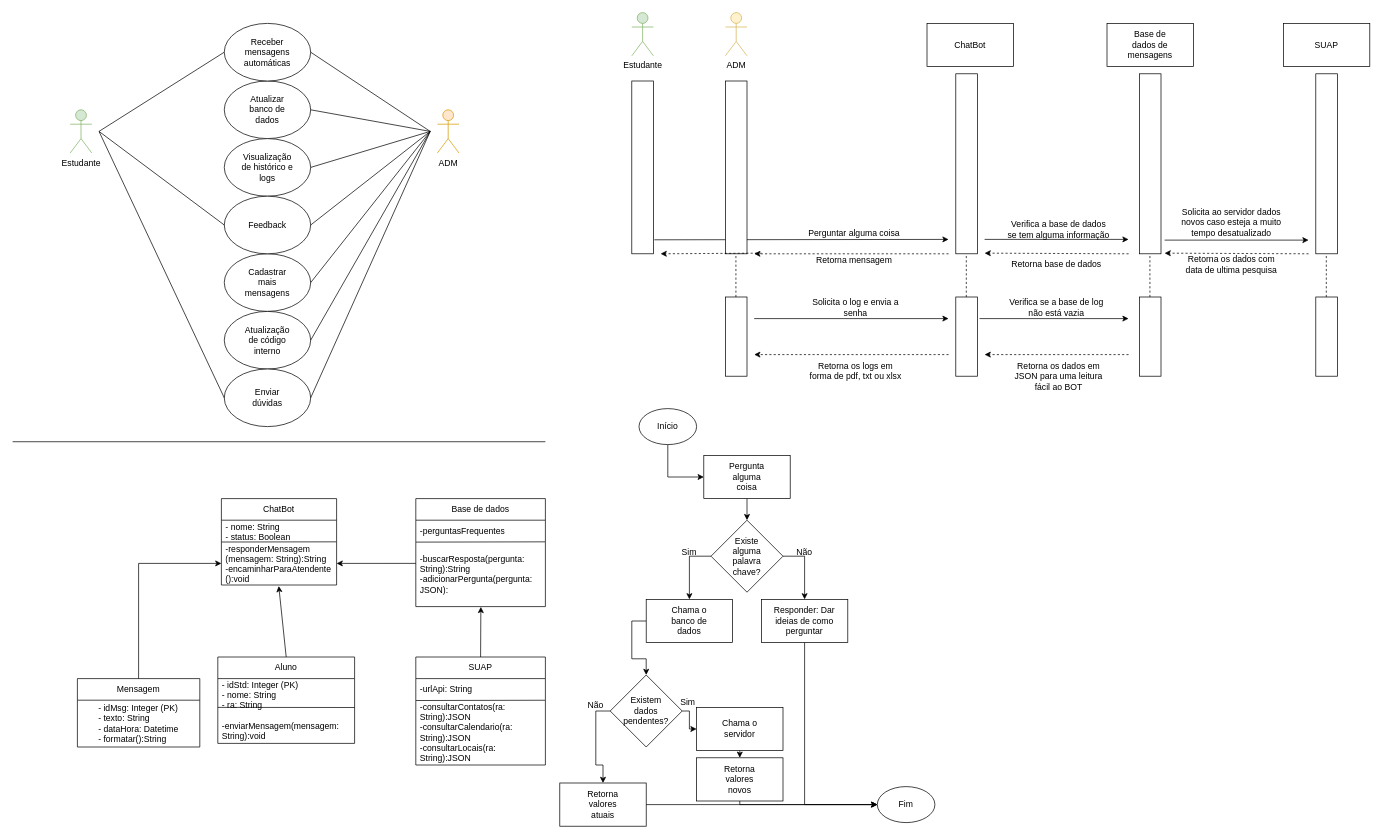
The draw.io diagram Diagrama sem nome.drawio in JESFTechnology/Chat-Bot-IFSULDEMINAS, before the edit. Source tidied: cells renumbered, new cells numbered last; positions are measured from the earlier drawing's top-left corner, leaving out a move shared by most shapes. Both pictures are drawn from the tidied source at 72%, with x=0, y=0 at pixel (12, 12).
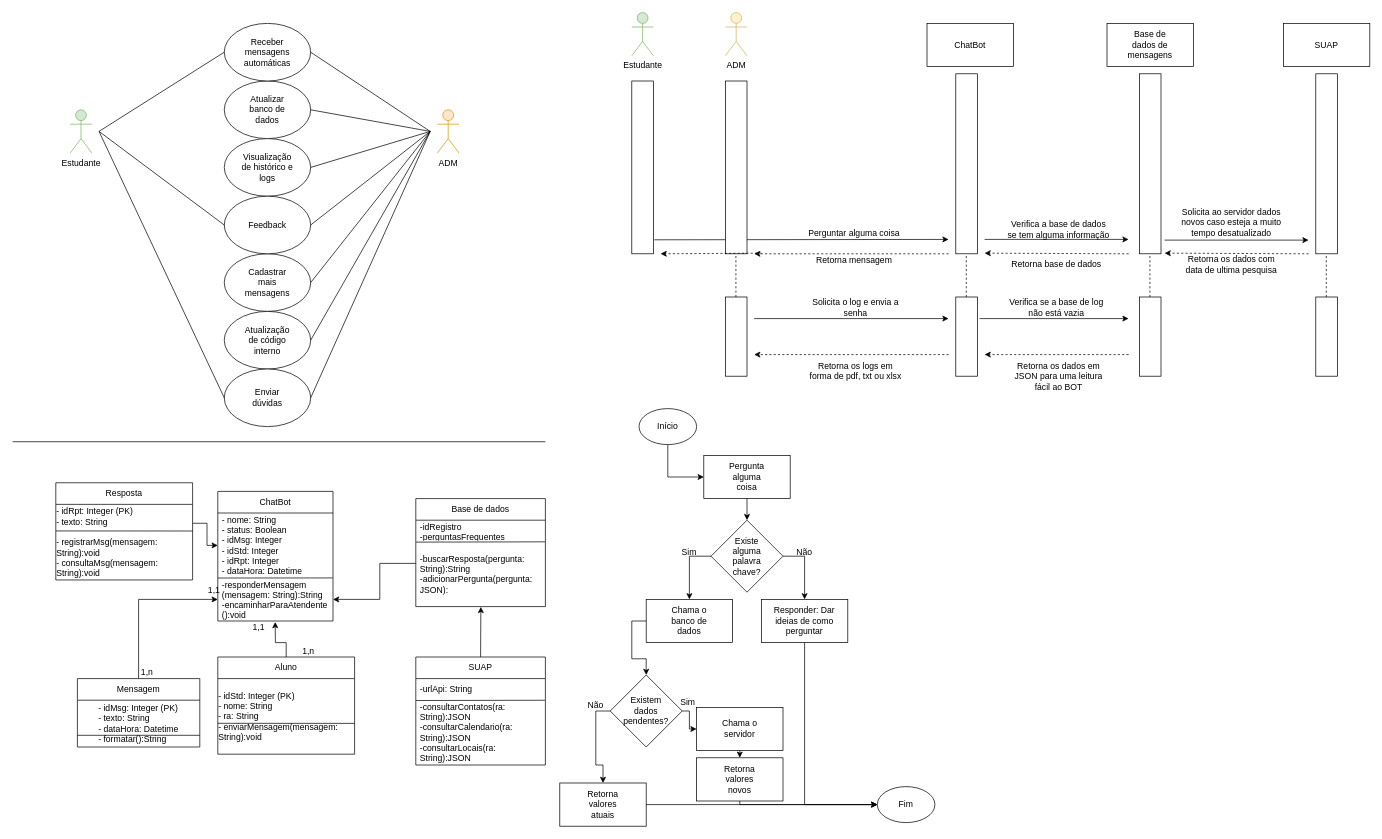
Above is the later version.

Unchanged cells that the change refers to:
```xml
<mxCell id="12" value="Base de dados" style="swimlane;fontStyle=0;horizontal=1;startSize=30;whiteSpace=wrap;html=1;" parent="1" vertex="1">
  <mxGeometry x="560" y="675" width="180" height="150" as="geometry" />
</mxCell>
<mxCell id="14" value="-buscarResposta(pergunta: String):String&lt;div&gt;-adicionarPergunta(pergunta: JSON):&lt;/div&gt;" style="text;strokeColor=none;fillColor=none;align=left;verticalAlign=middle;spacingLeft=4;spacingRight=4;overflow=hidden;points=[[0,0.5],[1,0.5]];portConstraint=eastwest;whiteSpace=wrap;html=1;" parent="12" vertex="1">
  <mxGeometry y="60" width="180" height="90" as="geometry" />
</mxCell>
<mxCell id="25" value="Mensagem" style="swimlane;fontStyle=0;horizontal=1;startSize=30;whiteSpace=wrap;html=1;" parent="1" vertex="1">
  <mxGeometry x="90" y="925" width="170" height="95" as="geometry" />
</mxCell>
<mxCell id="26" value="&lt;div style=&quot;text-align: left;&quot;&gt;- idMsg: Integer (PK)&lt;/div&gt;&lt;div style=&quot;text-align: left;&quot;&gt;&lt;span style=&quot;background-color: transparent; color: light-dark(rgb(0, 0, 0), rgb(255, 255, 255));&quot;&gt;- texto: String&lt;/span&gt;&lt;/div&gt;&lt;div style=&quot;text-align: left;&quot;&gt;- dataHora: Datetime&lt;/div&gt;&lt;div style=&quot;text-align: left;&quot;&gt;- formatar():String&lt;/div&gt;" style="text;html=1;align=center;verticalAlign=middle;whiteSpace=wrap;rounded=0;" parent="25" vertex="1">
  <mxGeometry y="30" width="170" height="65" as="geometry" />
</mxCell>
```

Change to the diagram source:
```diff
@@
     <mxCell id="8" value="ChatBot" style="swimlane;fontStyle=0;horizontal=1;startSize=30;whiteSpace=wrap;html=1;" parent="1" vertex="1">
-      <mxGeometry x="290" y="675" width="160" height="120" as="geometry" />
+      <mxGeometry x="285" y="665" width="160" height="180" as="geometry" />
     </mxCell>
-    <mxCell id="9" value="- nome: String&lt;div&gt;- status: Boolean&lt;/div&gt;" style="text;strokeColor=none;fillColor=none;align=left;verticalAlign=middle;spacingLeft=4;spacingRight=4;overflow=hidden;points=[[0,0.5],[1,0.5]];portConstraint=eastwest;whiteSpace=wrap;html=1;" parent="8" vertex="1">
-      <mxGeometry y="30" width="160" height="30" as="geometry" />
+    <mxCell id="9" value="- nome: String&lt;div&gt;- status: Boolean&lt;/div&gt;&lt;div&gt;- idMsg: Integer&lt;/div&gt;&lt;div&gt;- idStd: Integer&lt;/div&gt;&lt;div&gt;- idRpt: Integer&lt;/div&gt;&lt;div&gt;- dataHora: Datetime&lt;/div&gt;" style="text;strokeColor=none;fillColor=none;align=left;verticalAlign=middle;spacingLeft=4;spacingRight=4;overflow=hidden;points=[[0,0.5],[1,0.5]];portConstraint=eastwest;whiteSpace=wrap;html=1;" parent="8" vertex="1">
+      <mxGeometry y="30" width="160" height="90" as="geometry" />
     </mxCell>
     <mxCell id="10" value="-responderMensagem&lt;div&gt;(mensagem: String):String&lt;/div&gt;&lt;div&gt;-encaminharParaAtendente ():void&lt;/div&gt;" style="text;strokeColor=none;fillColor=none;align=left;verticalAlign=middle;spacingLeft=4;spacingRight=4;overflow=hidden;points=[[0,0.5],[1,0.5]];portConstraint=eastwest;whiteSpace=wrap;html=1;" parent="8" vertex="1">
-      <mxGeometry y="60" width="160" height="60" as="geometry" />
+      <mxGeometry y="120" width="160" height="60" as="geometry" />
     </mxCell>
@@
-    <mxCell id="13" value="-perguntasFrequentes" style="text;strokeColor=none;fillColor=none;align=left;verticalAlign=middle;spacingLeft=4;spacingRight=4;overflow=hidden;points=[[0,0.5],[1,0.5]];portConstraint=eastwest;whiteSpace=wrap;html=1;" parent="12" vertex="1">
+    <mxCell id="13" value="&lt;div&gt;-idRegistro&lt;/div&gt;-perguntasFrequentes" style="text;strokeColor=none;fillColor=none;align=left;verticalAlign=middle;spacingLeft=4;spacingRight=4;overflow=hidden;points=[[0,0.5],[1,0.5]];portConstraint=eastwest;whiteSpace=wrap;html=1;" parent="12" vertex="1">
       <mxGeometry y="30" width="180" height="30" as="geometry" />
     </mxCell>
@@
     <mxCell id="16" value="Aluno" style="swimlane;fontStyle=0;horizontal=1;startSize=30;whiteSpace=wrap;html=1;" parent="1" vertex="1">
-      <mxGeometry x="285" y="895" width="190" height="120" as="geometry" />
+      <mxGeometry x="285" y="895" width="190" height="135" as="geometry" />
     </mxCell>
+    <mxCell id="142" value="&lt;div style=&quot;text-align: left;&quot;&gt;- idStd: Integer (PK)&lt;/div&gt;&lt;div style=&quot;text-align: left;&quot;&gt;&lt;span style=&quot;background-color: transparent; color: light-dark(rgb(0, 0, 0), rgb(255, 255, 255));&quot;&gt;- nome: String&lt;/span&gt;&lt;/div&gt;&lt;div style=&quot;text-align: left;&quot;&gt;- ra: String&lt;/div&gt;&lt;div style=&quot;text-align: left;&quot;&gt;- enviarMensagem(mensagem: String):void&lt;/div&gt;" style="text;html=1;align=center;verticalAlign=middle;whiteSpace=wrap;rounded=0;" parent="16" vertex="1">
+      <mxGeometry y="30" width="190" height="105" as="geometry" />
+    </mxCell>
-    <mxCell id="17" style="endArrow=none;html=1;rounded=0;entryX=1;entryY=0.446;entryDx=0;entryDy=0;entryPerimeter=0;" parent="16" edge="1" target="18">
+    <mxCell id="17" style="endArrow=none;html=1;rounded=0;entryX=1;entryY=0.446;entryDx=0;entryDy=0;entryPerimeter=0;" parent="16" edge="1">
       <mxGeometry relative="1" as="geometry">
-        <mxPoint y="70" as="sourcePoint" />
+        <mxPoint y="92.1" as="sourcePoint" />
+        <mxPoint x="190" y="92.2" as="targetPoint" />
       </mxGeometry>
     </mxCell>
-    <mxCell id="18" value="&lt;div&gt;- idStd: Integer (PK)&lt;/div&gt;- nome: String&lt;div&gt;- ra: String&lt;/div&gt;&lt;div&gt;&lt;br&gt;&lt;/div&gt;&lt;div&gt;-enviarMensagem(mensagem: String):void&lt;/div&gt;" style="text;strokeColor=none;fillColor=none;align=left;verticalAlign=middle;spacingLeft=4;spacingRight=4;overflow=hidden;points=[[0,0.5],[1,0.5]];portConstraint=eastwest;whiteSpace=wrap;html=1;" parent="16" vertex="1">
-      <mxGeometry y="30" width="190" height="90" as="geometry" />
-    </mxCell>
     <mxCell id="19" style="endArrow=classic;html=1;rounded=0;exitX=0.5;exitY=0;exitDx=0;exitDy=0;entryX=0.498;entryY=1.024;entryDx=0;entryDy=0;entryPerimeter=0;" parent="1" edge="1" source="16" target="10">
-      <mxGeometry relative="1" as="geometry" />
+      <mxGeometry relative="1" as="geometry">
+        <Array as="points">
+          <mxPoint x="380" y="875" />
+          <mxPoint x="365" y="875" />
+        </Array>
+      </mxGeometry>
     </mxCell>
     <mxCell id="20" style="endArrow=classic;html=1;rounded=0;entryX=1;entryY=0.5;entryDx=0;entryDy=0;exitX=0;exitY=0.333;exitDx=0;exitDy=0;exitPerimeter=0;" parent="1" edge="1" source="14" target="10">
-      <mxGeometry relative="1" as="geometry" />
+      <mxGeometry relative="1" as="geometry">
+        <Array as="points">
+          <mxPoint x="510" y="765" />
+          <mxPoint x="510" y="815" />
+        </Array>
+      </mxGeometry>
     </mxCell>
@@
+    <mxCell id="143" style="endArrow=none;html=1;rounded=0;entryX=1;entryY=0.75;entryDx=0;entryDy=0;exitX=0;exitY=0.75;exitDx=0;exitDy=0;" parent="25" edge="1" source="26" target="26">
+      <mxGeometry relative="1" as="geometry" />
+    </mxCell>
     <mxCell id="27" style="endArrow=classic;html=1;rounded=0;exitX=0.5;exitY=0;exitDx=0;exitDy=0;entryX=0;entryY=0.5;entryDx=0;entryDy=0;" parent="1" edge="1" source="25" target="10">
       <mxGeometry relative="1" as="geometry">
         <Array as="points">
-          <mxPoint x="175" y="765" />
+          <mxPoint x="175" y="815" />
         </Array>
       </mxGeometry>
     </mxCell>
@@
+    <mxCell id="144" value="1,1" style="text;html=1;align=center;verticalAlign=middle;whiteSpace=wrap;rounded=0;" parent="1" vertex="1">
+      <mxGeometry x="250" y="788" width="60" height="30" as="geometry" />
+    </mxCell>
+    <mxCell id="145" value="1,n" style="text;html=1;align=center;verticalAlign=middle;whiteSpace=wrap;rounded=0;" parent="1" vertex="1">
+      <mxGeometry x="157" y="902" width="60" height="30" as="geometry" />
+    </mxCell>
+    <mxCell id="146" value="1,n" style="text;html=1;align=center;verticalAlign=middle;whiteSpace=wrap;rounded=0;" parent="1" vertex="1">
+      <mxGeometry x="381" y="873" width="60" height="30" as="geometry" />
+    </mxCell>
+    <mxCell id="147" value="1,1" style="text;html=1;align=center;verticalAlign=middle;whiteSpace=wrap;rounded=0;" parent="1" vertex="1">
+      <mxGeometry x="312" y="839" width="60" height="30" as="geometry" />
+    </mxCell>
+    <mxCell id="148" value="Resposta" style="swimlane;fontStyle=0;horizontal=1;startSize=30;whiteSpace=wrap;html=1;" parent="1" vertex="1">
+      <mxGeometry x="60" y="653" width="190" height="135" as="geometry" />
+    </mxCell>
+    <mxCell id="149" style="endArrow=none;html=1;rounded=0;entryX=1;entryY=0.446;entryDx=0;entryDy=0;entryPerimeter=0;" parent="148" edge="1">
+      <mxGeometry relative="1" as="geometry">
+        <mxPoint y="66.9" as="sourcePoint" />
+        <mxPoint x="190" y="67" as="targetPoint" />
+      </mxGeometry>
+    </mxCell>
+    <mxCell id="150" value="&lt;div style=&quot;text-align: left;&quot;&gt;- idRpt: Integer (PK)&lt;/div&gt;&lt;div style=&quot;text-align: left;&quot;&gt;&lt;span style=&quot;background-color: transparent; color: light-dark(rgb(0, 0, 0), rgb(255, 255, 255));&quot;&gt;- texto: String&lt;/span&gt;&lt;/div&gt;&lt;div style=&quot;text-align: left;&quot;&gt;&lt;br&gt;&lt;/div&gt;&lt;div style=&quot;text-align: left;&quot;&gt;- registrarMsg(mensagem: String):void&lt;/div&gt;&lt;div style=&quot;text-align: left;&quot;&gt;- consultaMsg&lt;span style=&quot;background-color: transparent; color: light-dark(rgb(0, 0, 0), rgb(255, 255, 255));&quot;&gt;(mensagem: String):void&lt;/span&gt;&lt;/div&gt;" style="text;html=1;align=center;verticalAlign=middle;whiteSpace=wrap;rounded=0;" parent="148" vertex="1">
+      <mxGeometry y="30" width="190" height="105" as="geometry" />
+    </mxCell>
+    <mxCell id="151" style="edgeStyle=orthogonalEdgeStyle;rounded=0;jettySize=auto;html=1;exitX=1;exitY=0.25;exitDx=0;exitDy=0;entryX=0;entryY=0.5;entryDx=0;entryDy=0;" parent="1" edge="1" source="150" target="9">
+      <mxGeometry relative="1" as="geometry" />
+    </mxCell>
```
